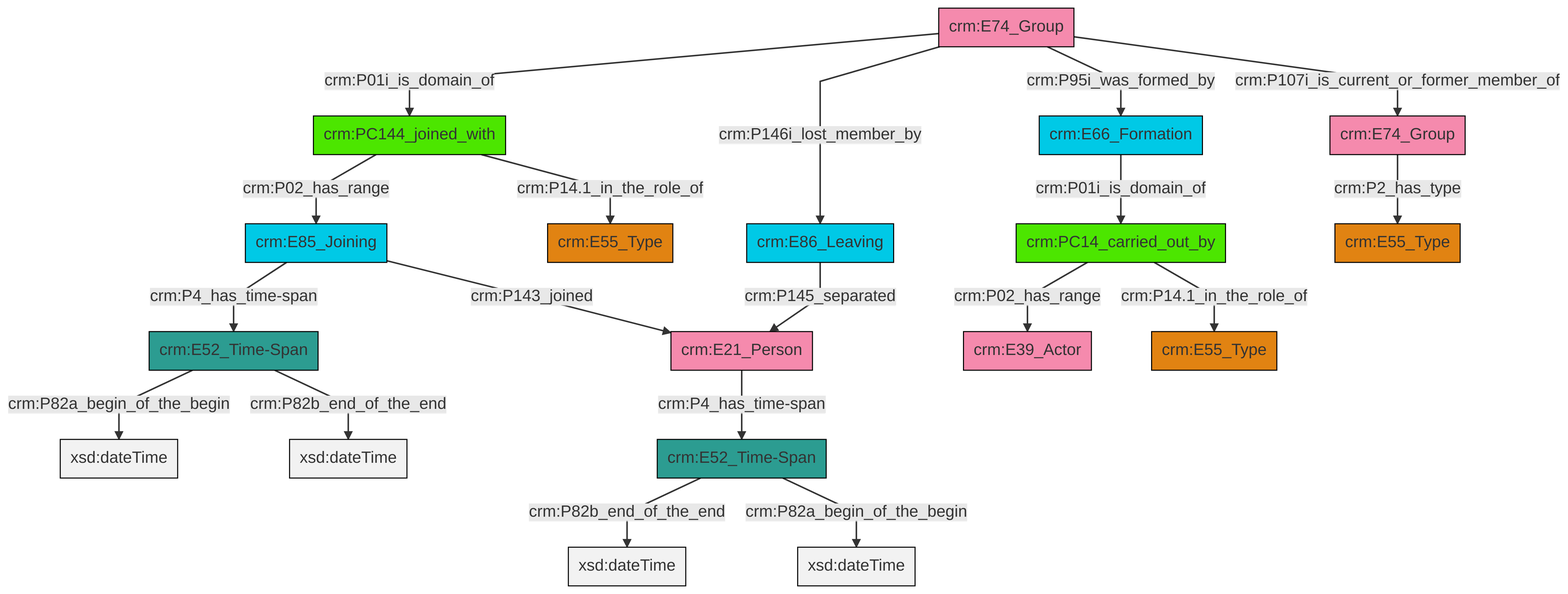
Before: et/groupCSV/ttl/mmd/png/group_actor_relations.png, a diagram exported from Mermaid (swiss-art-research-net/reference-data-models). Its source is kept beside it as et/groupCSV/ttl/mmd/group_actor_relations.ttl.mmd.
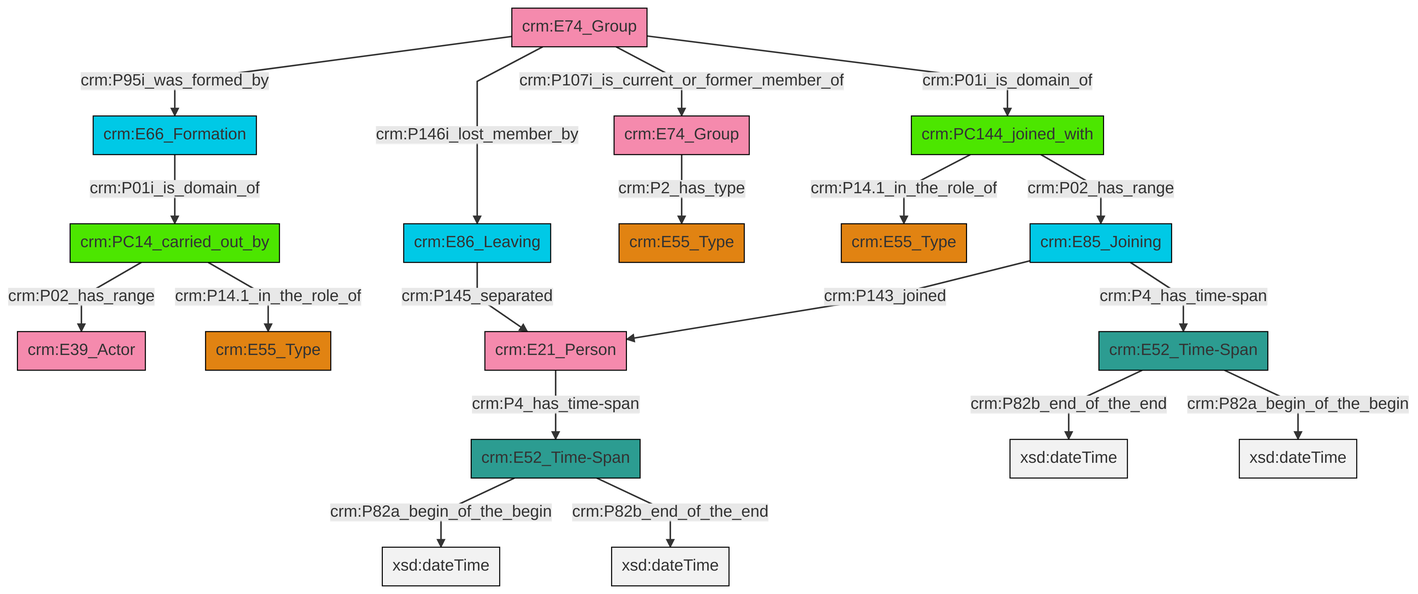
The same diagram one commit later.

The edit, as a diff of the source:
```diff
@@ -13,21 +13,21 @@
 classDef PC_Classes fill:#4ce600, stroke:#000000;
 classDef Multi fill:#cccccc,stroke:#000000;
 
-2["crm:E21_Person"]:::Actor -->|crm:P4_has_time-span| 3["crm:E52_Time-Span"]:::Time-Span
-4["crm:E66_Formation"]:::Temporal_Entity -->|crm:P01i_is_domain_of| 0["crm:PC14_carried_out_by"]:::PC_Classes
-5["crm:E85_Joining"]:::Temporal_Entity -->|crm:P4_has_time-span| 6["crm:E52_Time-Span"]:::Time-Span
-5["crm:E85_Joining"]:::Temporal_Entity -->|crm:P143_joined| 2["crm:E21_Person"]:::Actor
-10["crm:E74_Group"]:::Actor -->|crm:P2_has_type| 11["crm:E55_Type"]:::Type
-12["crm:E74_Group"]:::Actor -->|crm:P01i_is_domain_of| 13["crm:PC144_joined_with"]:::PC_Classes
-12["crm:E74_Group"]:::Actor -->|crm:P146i_lost_member_by| 18["crm:E86_Leaving"]:::Temporal_Entity
-12["crm:E74_Group"]:::Actor -->|crm:P95i_was_formed_by| 4["crm:E66_Formation"]:::Temporal_Entity
-6["crm:E52_Time-Span"]:::Time-Span -->|crm:P82a_begin_of_the_begin| 25[xsd:dateTime]:::Literal
-0["crm:PC14_carried_out_by"]:::PC_Classes -->|crm:P02_has_range| 19["crm:E39_Actor"]:::Actor
-18["crm:E86_Leaving"]:::Temporal_Entity -->|crm:P145_separated| 2["crm:E21_Person"]:::Actor
-6["crm:E52_Time-Span"]:::Time-Span -->|crm:P82b_end_of_the_end| 28[xsd:dateTime]:::Literal
-13["crm:PC144_joined_with"]:::PC_Classes -->|crm:P02_has_range| 5["crm:E85_Joining"]:::Temporal_Entity
-12["crm:E74_Group"]:::Actor -->|crm:P107i_is_current_or_former_member_of| 10["crm:E74_Group"]:::Actor
-3["crm:E52_Time-Span"]:::Time-Span -->|crm:P82b_end_of_the_end| 31[xsd:dateTime]:::Literal
-13["crm:PC144_joined_with"]:::PC_Classes -->|crm:P14.1_in_the_role_of| 8["crm:E55_Type"]:::Type
-0["crm:PC14_carried_out_by"]:::PC_Classes -->|crm:P14.1_in_the_role_of| 16["crm:E55_Type"]:::Type
-3["crm:E52_Time-Span"]:::Time-Span -->|crm:P82a_begin_of_the_begin| 32[xsd:dateTime]:::Literal
+2["crm:E86_Leaving"]:::Temporal_Entity -->|crm:P145_separated| 0["crm:E21_Person"]:::Actor
+0["crm:E21_Person"]:::Actor -->|crm:P4_has_time-span| 3["crm:E52_Time-Span"]:::Time-Span
+9["crm:E74_Group"]:::Actor -->|crm:P95i_was_formed_by| 10["crm:E66_Formation"]:::Temporal_Entity
+9["crm:E74_Group"]:::Actor -->|crm:P146i_lost_member_by| 2["crm:E86_Leaving"]:::Temporal_Entity
+10["crm:E66_Formation"]:::Temporal_Entity -->|crm:P01i_is_domain_of| 15["crm:PC14_carried_out_by"]:::PC_Classes
+15["crm:PC14_carried_out_by"]:::PC_Classes -->|crm:P02_has_range| 20["crm:E39_Actor"]:::Actor
+9["crm:E74_Group"]:::Actor -->|crm:P107i_is_current_or_former_member_of| 21["crm:E74_Group"]:::Actor
+11["crm:E85_Joining"]:::Temporal_Entity -->|crm:P143_joined| 0["crm:E21_Person"]:::Actor
+6["crm:PC144_joined_with"]:::PC_Classes -->|crm:P14.1_in_the_role_of| 16["crm:E55_Type"]:::Type
+6["crm:PC144_joined_with"]:::PC_Classes -->|crm:P02_has_range| 11["crm:E85_Joining"]:::Temporal_Entity
+4["crm:E52_Time-Span"]:::Time-Span -->|crm:P82b_end_of_the_end| 26[xsd:dateTime]:::Literal
+3["crm:E52_Time-Span"]:::Time-Span -->|crm:P82a_begin_of_the_begin| 27[xsd:dateTime]:::Literal
+21["crm:E74_Group"]:::Actor -->|crm:P2_has_type| 22["crm:E55_Type"]:::Type
+4["crm:E52_Time-Span"]:::Time-Span -->|crm:P82a_begin_of_the_begin| 29[xsd:dateTime]:::Literal
+3["crm:E52_Time-Span"]:::Time-Span -->|crm:P82b_end_of_the_end| 30[xsd:dateTime]:::Literal
+15["crm:PC14_carried_out_by"]:::PC_Classes -->|crm:P14.1_in_the_role_of| 13["crm:E55_Type"]:::Type
+9["crm:E74_Group"]:::Actor -->|crm:P01i_is_domain_of| 6["crm:PC144_joined_with"]:::PC_Classes
+11["crm:E85_Joining"]:::Temporal_Entity -->|crm:P4_has_time-span| 4["crm:E52_Time-Span"]:::Time-Span
```
